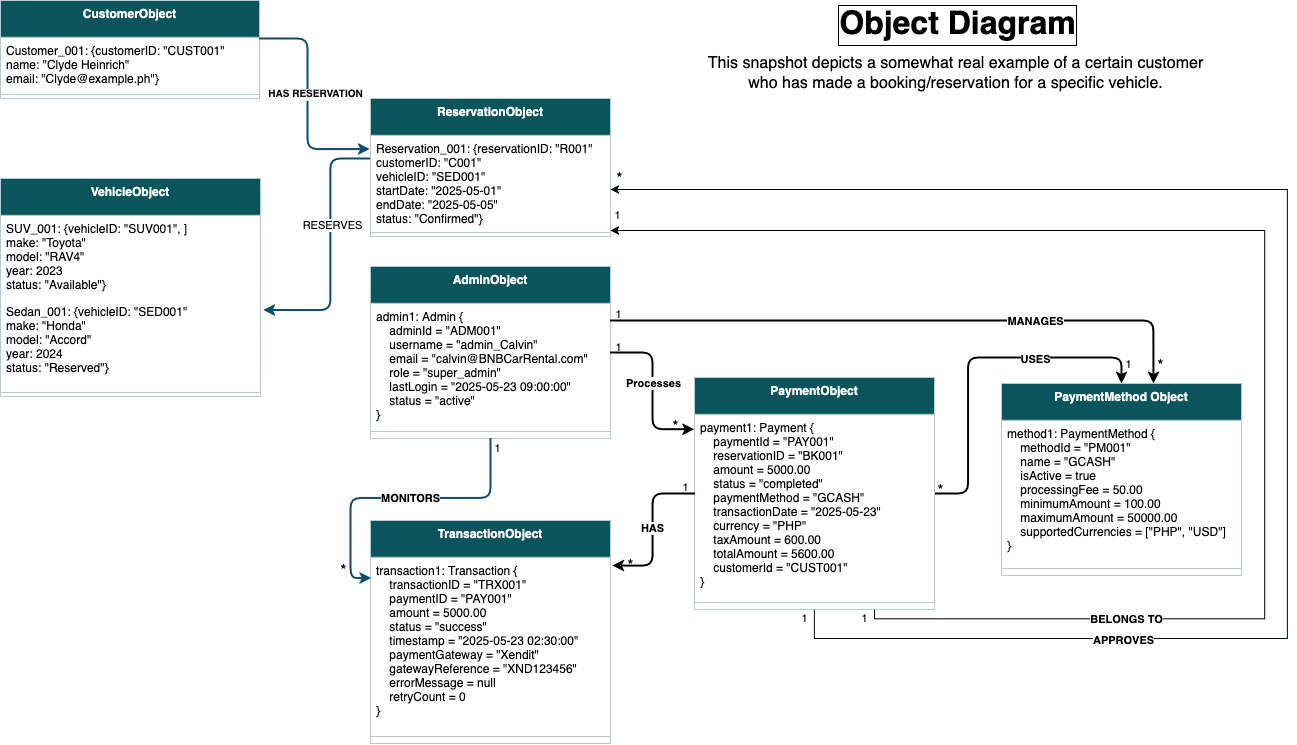
Earlier version of the draw.io export Core-UML-Models/ObjectDiagram.png (Birdabo404/BNB-CarRentalSys). Source tidied: cells renumbered, new cells last; positions are measured from the earlier drawing's top-left corner, leaving out a move shared by most shapes.
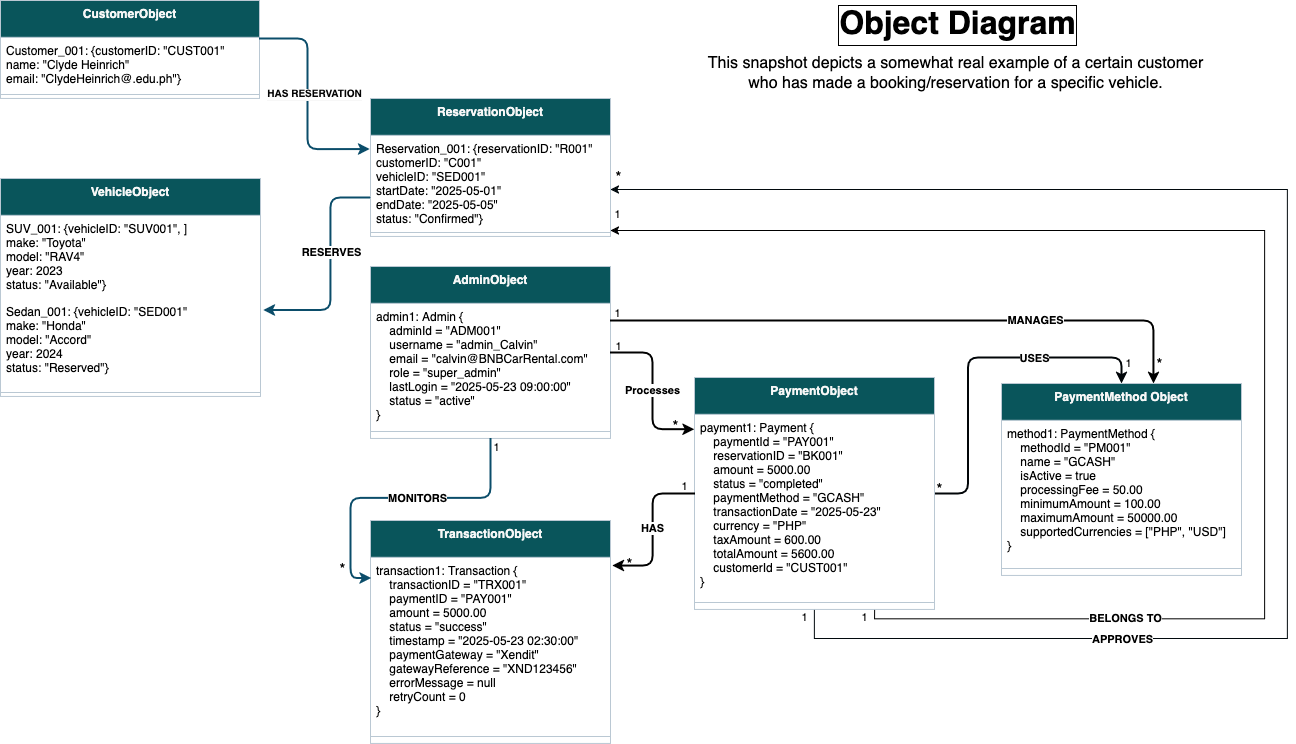
Later version of the same file.

The edit, as a diff of the source:
```diff
@@ -17,7 +17,7 @@
     <mxCell id="6" value="CustomerObject" style="swimlane;fontStyle=1;align=center;verticalAlign=top;horizontal=1;startSize=36.8;labelBackgroundColor=none;fontColor=#F7F7F7;fillColor=#09555B;strokeColor=#BAC8D3;" parent="1" vertex="1">
       <mxGeometry width="259" height="98" as="geometry" />
     </mxCell>
-    <mxCell id="7" value="Customer_001: {customerID: &quot;CUST001&quot;&#10;name: &quot;Clyde Heinrich&quot;&#10;email: &quot;Clyde@example.ph&quot;}" style="text;strokeColor=none;fillColor=none;align=left;verticalAlign=top;spacingLeft=4;spacingRight=4;overflow=hidden;points=[[0,0.5],[1,0.5]];portConstraint=eastwest;labelBackgroundColor=none;fontColor=#000000;" parent="6" vertex="1">
+    <mxCell id="7" value="Customer_001: {customerID: &quot;CUST001&quot;&#10;name: &quot;Clyde Heinrich&quot;&#10;email: &quot;ClydeHeinrich@.edu.ph&quot;}" style="text;strokeColor=none;fillColor=none;align=left;verticalAlign=top;spacingLeft=4;spacingRight=4;overflow=hidden;points=[[0,0.5],[1,0.5]];portConstraint=eastwest;labelBackgroundColor=none;fontColor=#000000;" parent="6" vertex="1">
       <mxGeometry y="36.8" width="259" height="53.2" as="geometry" />
     </mxCell>
     <mxCell id="8" style="line;strokeWidth=1;fillColor=none;align=left;verticalAlign=middle;spacingTop=-1;spacingLeft=3;spacingRight=3;labelPosition=right;labelBackgroundColor=none;fontColor=#000000;strokeColor=#BAC8D3;" parent="6" vertex="1">
@@ -48,14 +48,14 @@
     <mxCell id="14" style="edgeStyle=orthogonalEdgeStyle;rounded=1;jettySize=auto;html=1;entryX=1.011;entryY=0.128;entryDx=0;entryDy=0;entryPerimeter=0;curved=0;labelBackgroundColor=none;fontColor=#000000;strokeColor=light-dark(#0B4D6A,#000000);strokeWidth=2;" parent="1" edge="1" source="9" target="4">
       <mxGeometry relative="1" as="geometry">
         <Array as="points">
-          <mxPoint x="330" y="158" />
+          <mxPoint x="330" y="197" />
           <mxPoint x="330" y="309" />
         </Array>
       </mxGeometry>
     </mxCell>
-    <mxCell id="15" value="RESERVES" style="edgeLabel;html=1;align=center;verticalAlign=middle;labelBackgroundColor=light-dark(#FFFFFF,#000000);fontColor=#000000;labelBorderColor=none;" parent="14" vertex="1">
+    <mxCell id="15" value="RESERVES" style="edgeLabel;html=1;align=center;verticalAlign=middle;labelBackgroundColor=light-dark(#FFFFFF,#000000);fontColor=#000000;labelBorderColor=none;fontStyle=1;" parent="14" vertex="1">
       <mxGeometry x="0.16" y="-6" relative="1" as="geometry">
-        <mxPoint x="7" y="-44" as="offset" />
+        <mxPoint x="7" y="-33" as="offset" />
       </mxGeometry>
     </mxCell>
     <mxCell id="16" value="Object Diagram" style="text;html=1;align=center;verticalAlign=middle;strokeColor=none;fillColor=none;spacingTop=0;spacing=4;spacingBottom=0;fontSize=32;fontStyle=1;labelBorderColor=default;labelBackgroundColor=none;fontColor=#000000;" parent="1" vertex="1">
@@ -124,7 +124,7 @@
     </mxCell>
     <mxCell id="34" value="Processes" style="edgeLabel;html=1;align=center;verticalAlign=middle;strokeColor=#BAC8D3;fontColor=#000000;fillColor=#09555B;labelBackgroundColor=default;fontStyle=1;" parent="33" vertex="1">
       <mxGeometry x="-0.05" relative="1" as="geometry">
-        <mxPoint y="-3" as="offset" />
+        <mxPoint y="4" as="offset" />
       </mxGeometry>
     </mxCell>
     <mxCell id="35" value="&lt;span style=&quot;&quot;&gt;1&lt;/span&gt;" style="edgeLabel;html=1;align=center;verticalAlign=middle;strokeColor=#BAC8D3;fontColor=#000000;fillColor=#09555B;labelBackgroundColor=none;" parent="33" vertex="1">
@@ -145,7 +145,7 @@
     </mxCell>
     <mxCell id="39" value="MONITORS" style="edgeLabel;html=1;align=center;verticalAlign=middle;strokeColor=#BAC8D3;fontColor=#000000;fillColor=#09555B;fontStyle=1;" parent="38" vertex="1">
       <mxGeometry x="-0.07" y="-1" relative="1" as="geometry">
-        <mxPoint y="1" as="offset" />
+        <mxPoint x="7" y="1" as="offset" />
       </mxGeometry>
     </mxCell>
     <mxCell id="40" style="edgeStyle=orthogonalEdgeStyle;rounded=1;jettySize=auto;html=1;entryX=0.633;entryY=0;entryDx=0;entryDy=0;entryPerimeter=0;strokeColor=light-dark(#000000,#000000);curved=0;strokeWidth=2;fontColor=#000000;" parent="1" edge="1" source="18" target="30">
```
